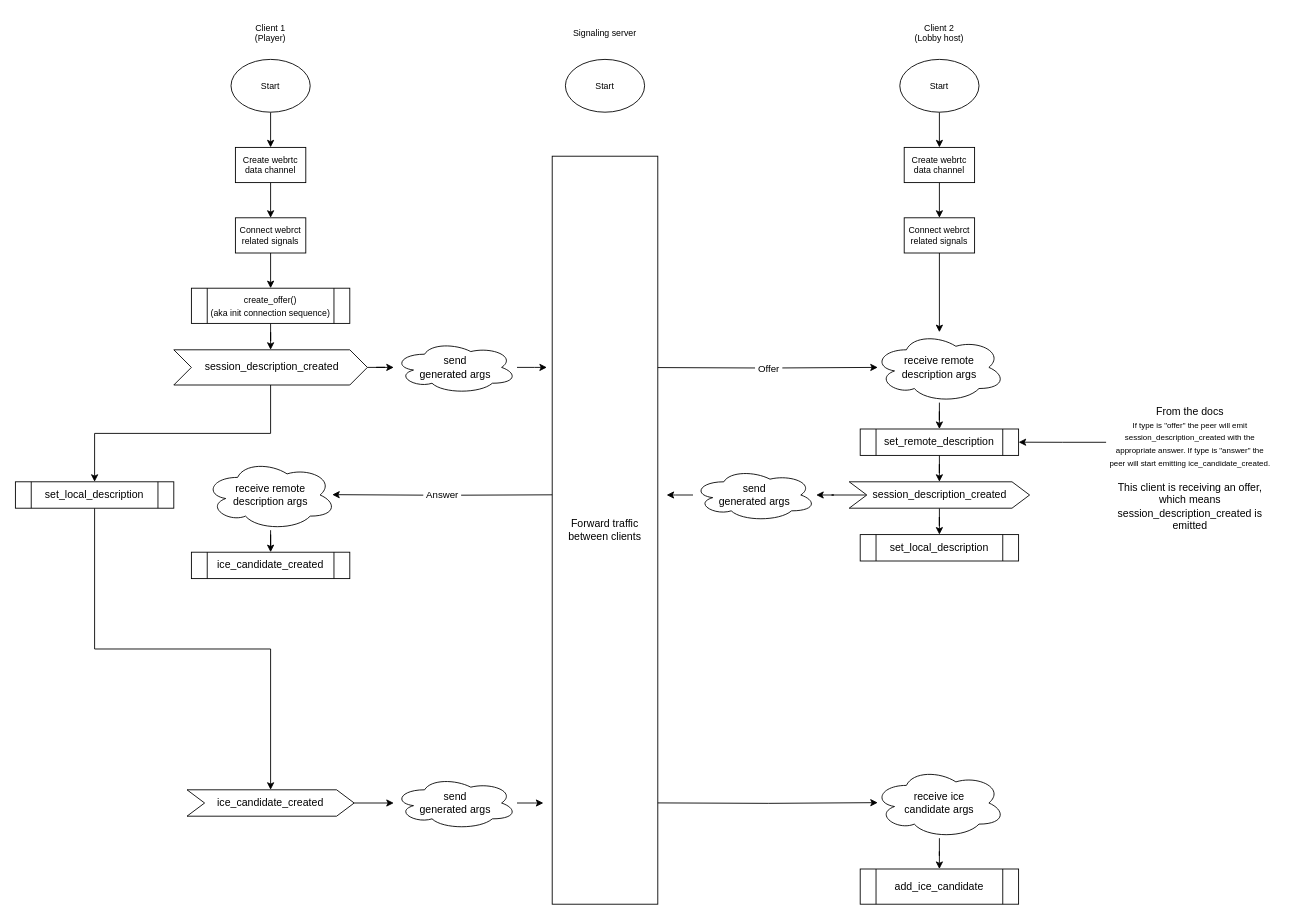
The draw.io diagram Untitled Diagram.drawio in temp127389127389/GridShot, before the edit. Source tidied: cells renumbered, new cells numbered last; positions are measured from the earlier drawing's top-left corner, leaving out a move shared by most shapes. Both pictures are drawn from the tidied source at 88%, with x=0, y=0 at pixel (15, 15).
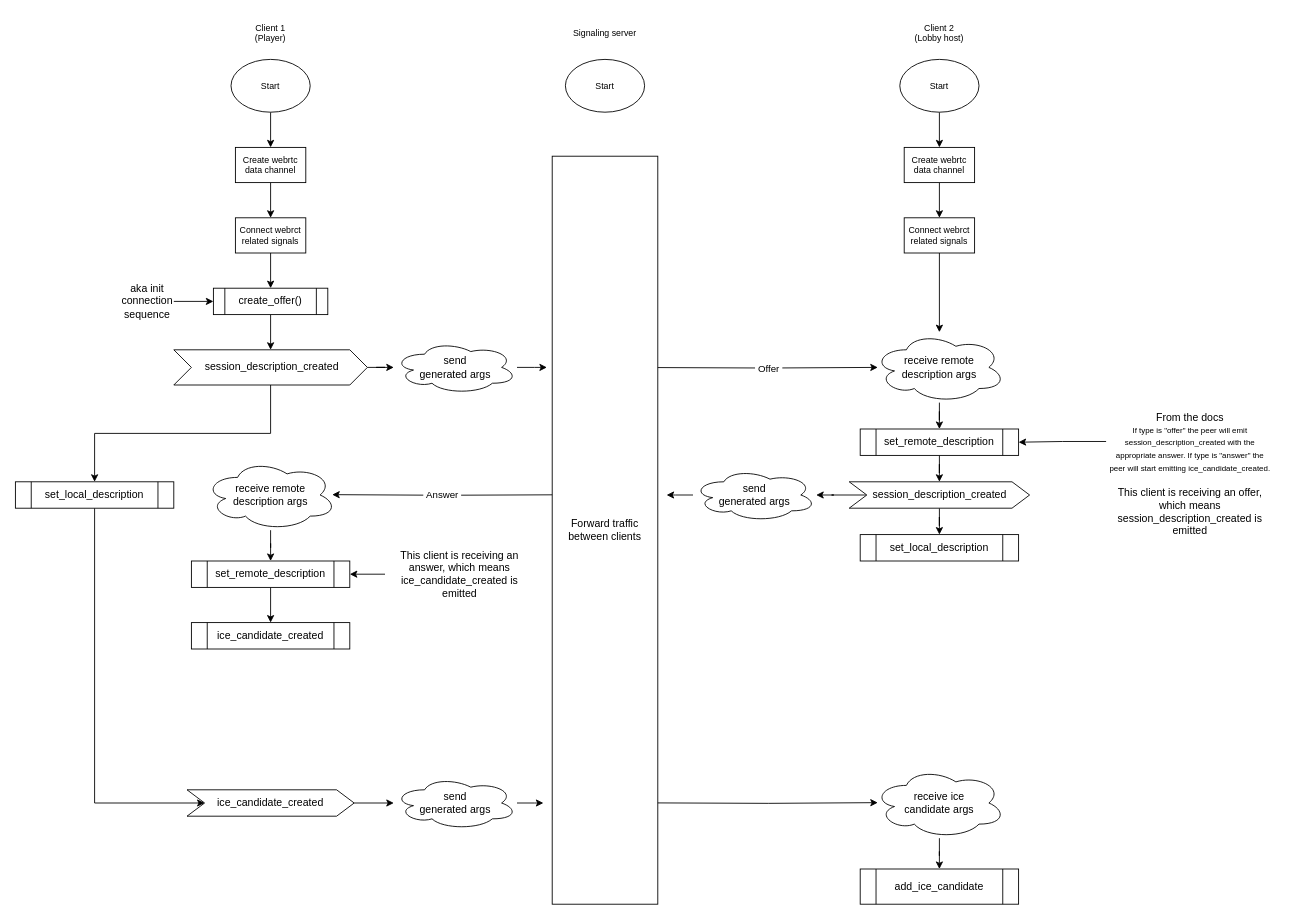
The same diagram, later.

Commit message (it also covers changes not shown here):
webrtc chart WIP

Unchanged cells that the change refers to:
```xml
<mxCell id="31" value="ice_candidate_created" style="shape=step;perimeter=stepPerimeter;whiteSpace=wrap;html=1;fixedSize=1;" parent="1" vertex="1">
  <mxGeometry x="195" y="880" width="190" height="30" as="geometry" />
</mxCell>
<mxCell id="47" value="set_local_description" style="shape=process;whiteSpace=wrap;html=1;backgroundOutline=1;" parent="1" vertex="1">
  <mxGeometry y="530" width="180" height="30" as="geometry" />
</mxCell>
<mxCell id="53" value="receive&amp;nbsp;&lt;span style=&quot;background-color: initial;&quot;&gt;remote&lt;/span&gt;&lt;div&gt;&lt;div&gt;description args&lt;/div&gt;&lt;/div&gt;" style="ellipse;shape=cloud;whiteSpace=wrap;html=1;" parent="1" vertex="1">
  <mxGeometry x="215" y="505" width="150" height="80" as="geometry" />
</mxCell>
```

Change to the diagram source:
```diff
@@
-    <mxCell id="22" value="&lt;span style=&quot;font-size: 10px;&quot;&gt;create_offer()&lt;/span&gt;&lt;div&gt;&lt;span style=&quot;font-size: 10px;&quot;&gt;(aka init connection sequence)&lt;/span&gt;&lt;/div&gt;" style="shape=process;whiteSpace=wrap;html=1;backgroundOutline=1;" parent="1" vertex="1">
-      <mxGeometry x="200" y="310" width="180" height="40" as="geometry" />
+    <mxCell id="22" value="&lt;font&gt;create_offer()&lt;/font&gt;" style="shape=process;whiteSpace=wrap;html=1;backgroundOutline=1;" parent="1" vertex="1">
+      <mxGeometry x="225" y="310" width="130" height="30" as="geometry" />
     </mxCell>
@@
     <mxCell id="45" value="&lt;div&gt;&lt;font&gt;From the docs&lt;/font&gt;&lt;/div&gt;&lt;div&gt;&lt;font style=&quot;font-size: 9px;&quot;&gt;If type is &quot;offer&quot; the peer will emit session_description_created with the appropriate answer.&amp;nbsp;&lt;/font&gt;&lt;span style=&quot;font-size: 9px; background-color: initial;&quot;&gt;If type is &quot;answer&quot; the peer will start emitting ice_candidate_created.&lt;/span&gt;&lt;/div&gt;&lt;div&gt;&lt;span style=&quot;font-size: 9px; background-color: initial;&quot;&gt;&lt;br&gt;&lt;/span&gt;&lt;/div&gt;&lt;div&gt;&lt;font&gt;This client is receiving an offer, which means&lt;/font&gt;&lt;/div&gt;&lt;div&gt;&lt;font&gt;&lt;span style=&quot;background-color: initial;&quot;&gt;session_description_created&lt;/span&gt;&lt;span style=&quot;background-color: initial;&quot;&gt;&amp;nbsp;is emitted&lt;/span&gt;&lt;/font&gt;&lt;/div&gt;" style="text;html=1;align=center;verticalAlign=middle;whiteSpace=wrap;rounded=0;" parent="1" vertex="1">
-      <mxGeometry x="1240" y="450" width="190" height="130" as="geometry" />
+      <mxGeometry x="1240" y="441" width="190" height="160" as="geometry" />
     </mxCell>
-    <mxCell id="46" style="edgeStyle=orthogonalEdgeStyle;rounded=0;jettySize=auto;html=1;entryX=0.5;entryY=0;entryDx=0;entryDy=0;exitX=0.5;exitY=1;exitDx=0;exitDy=0;" parent="1" edge="1" source="47" target="31">
-      <mxGeometry relative="1" as="geometry" />
+    <mxCell id="46" style="edgeStyle=orthogonalEdgeStyle;rounded=0;jettySize=auto;html=1;entryX=0;entryY=0.5;entryDx=0;entryDy=0;exitX=0.5;exitY=1;exitDx=0;exitDy=0;" parent="1" edge="1" source="47" target="31">
+      <mxGeometry relative="1" as="geometry">
+        <Array as="points">
+          <mxPoint x="90" y="895" />
+        </Array>
+      </mxGeometry>
     </mxCell>
@@
-    <mxCell id="52" style="edgeStyle=orthogonalEdgeStyle;rounded=0;jettySize=auto;html=1;" parent="1" edge="1" source="53" target="54">
-      <mxGeometry relative="1" as="geometry" />
-    </mxCell>
+    <mxCell id="55" style="edgeStyle=orthogonalEdgeStyle;rounded=0;jettySize=auto;html=1;" parent="1" edge="1" source="53" target="61">
+      <mxGeometry relative="1" as="geometry" />
+    </mxCell>
@@
     <mxCell id="54" value="ice_candidate_created" style="shape=process;whiteSpace=wrap;html=1;backgroundOutline=1;" parent="1" vertex="1">
-      <mxGeometry x="200" y="610" width="180" height="30" as="geometry" />
+      <mxGeometry x="200" y="690" width="180" height="30" as="geometry" />
     </mxCell>
+    <mxCell id="56" style="edgeStyle=orthogonalEdgeStyle;rounded=0;jettySize=auto;html=1;" parent="1" edge="1" source="57" target="61">
+      <mxGeometry relative="1" as="geometry" />
+    </mxCell>
+    <mxCell id="57" value="&lt;div&gt;This client is receiving an answer, which means&lt;/div&gt;&lt;div&gt;&lt;span style=&quot;background-color: initial;&quot;&gt;ice_candidate_created&amp;nbsp;&lt;/span&gt;&lt;span style=&quot;background-color: initial;&quot;&gt;is emitted&lt;/span&gt;&lt;/div&gt;" style="text;html=1;align=center;verticalAlign=middle;whiteSpace=wrap;rounded=0;" parent="1" vertex="1">
+      <mxGeometry x="420" y="595" width="170" height="80" as="geometry" />
+    </mxCell>
+    <mxCell id="58" style="edgeStyle=orthogonalEdgeStyle;rounded=0;jettySize=auto;html=1;" parent="1" edge="1" source="59" target="22">
+      <mxGeometry relative="1" as="geometry" />
+    </mxCell>
+    <mxCell id="59" value="&lt;font&gt;aka init connection sequence&lt;/font&gt;" style="text;html=1;align=center;verticalAlign=middle;whiteSpace=wrap;rounded=0;" parent="1" vertex="1">
+      <mxGeometry x="120" y="300" width="60" height="50" as="geometry" />
+    </mxCell>
+    <mxCell id="60" style="edgeStyle=orthogonalEdgeStyle;rounded=0;jettySize=auto;html=1;" parent="1" edge="1" source="61" target="54">
+      <mxGeometry relative="1" as="geometry" />
+    </mxCell>
+    <mxCell id="61" value="set_remote_description" style="shape=process;whiteSpace=wrap;html=1;backgroundOutline=1;" parent="1" vertex="1">
+      <mxGeometry x="200" y="620" width="180" height="30" as="geometry" />
+    </mxCell>
```
